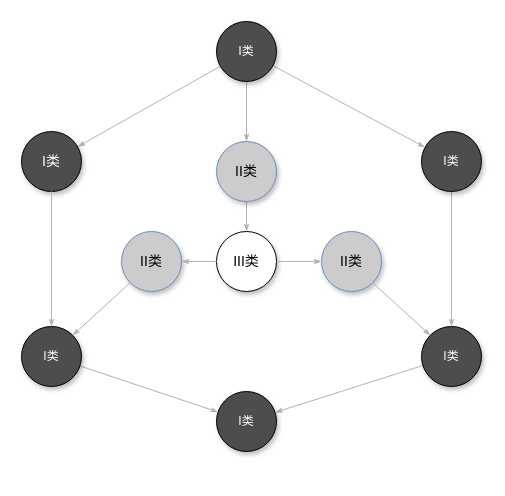
Before: 探测网.drawio in glancccc/CS-Books, a draw.io diagram. Source tidied: cells renumbered, new cells numbered last; positions are measured from the earlier drawing's top-left corner, leaving out a move shared by most shapes. Both pictures are drawn from the tidied source at 100%, with x=0, y=0 at pixel (21, 21).
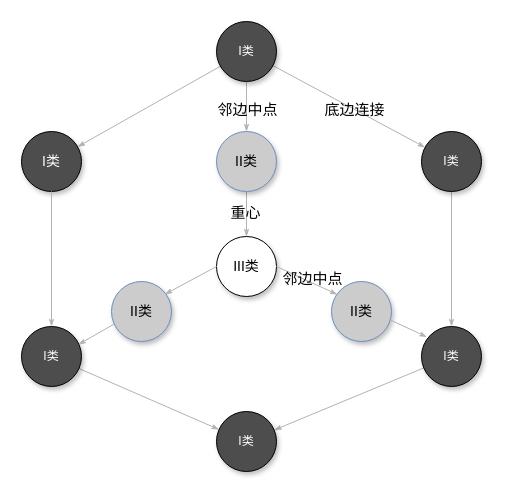
The same page after the edit.

Commit message (it also covers changes not shown here):
更新探测网.drawio

The change refers to these unchanged cells:
```xml
<mxCell id="11" value="&lt;span lang=&quot;EN-US&quot;&gt;I&lt;/span&gt;类" style="ellipse;whiteSpace=wrap;html=1;rounded=0;shadow=1;comic=0;labelBackgroundColor=none;strokeWidth=1;fontFamily=Helvetica;fontSize=12;align=center;fillColor=#4D4D4D;strokeColor=#000000;fontColor=#FFFFFF;" parent="1" vertex="1">
  <mxGeometry x="400" y="305" width="60" height="60" as="geometry" />
</mxCell>
<mxCell id="18" value="&lt;span lang=&quot;EN-US&quot;&gt;I&lt;/span&gt;类" style="ellipse;whiteSpace=wrap;html=1;rounded=0;shadow=1;comic=0;labelBackgroundColor=none;strokeWidth=1;fontFamily=Helvetica;fontSize=12;align=center;fillColor=#4D4D4D;strokeColor=#000000;fontColor=#FFFFFF;" parent="1" vertex="1">
  <mxGeometry y="305" width="60" height="60" as="geometry" />
</mxCell>
```

The edit, as a diff of the source:
```diff
@@
     <mxCell id="7" value="&lt;span style=&quot;font-size:10.5pt;mso-bidi-font-size:11.0pt;font-family:宋体;mso-bidi-font-family:&lt;br/&gt;&amp;quot;Times New Roman&amp;quot;;mso-bidi-theme-font:minor-bidi;mso-ansi-language:EN-US;&lt;br/&gt;mso-fareast-language:ZH-CN;mso-bidi-language:AR-SA&quot; lang=&quot;EN-US&quot;&gt;II&lt;/span&gt;&lt;span style=&quot;font-size:10.5pt;mso-bidi-font-size:11.0pt;font-family:宋体;mso-bidi-font-family:&lt;br/&gt;&amp;quot;Times New Roman&amp;quot;;mso-bidi-theme-font:minor-bidi;mso-ansi-language:EN-US;&lt;br/&gt;mso-fareast-language:ZH-CN;mso-bidi-language:AR-SA&quot;&gt;类&lt;/span&gt;" style="ellipse;whiteSpace=wrap;html=1;rounded=0;shadow=1;comic=0;labelBackgroundColor=none;strokeWidth=1;fontFamily=Verdana;fontSize=12;align=center;fillColor=#CCCCCC;strokeColor=#6C8EBF;" parent="1" vertex="1">
-      <mxGeometry x="195" y="120" width="60" height="60" as="geometry" />
+      <mxGeometry x="195" y="110" width="60" height="60" as="geometry" />
     </mxCell>
@@
     <mxCell id="12" value="&lt;span style=&quot;font-size:10.5pt;mso-bidi-font-size:11.0pt;font-family:宋体;mso-bidi-font-family:&lt;br/&gt;&amp;quot;Times New Roman&amp;quot;;mso-bidi-theme-font:minor-bidi;mso-ansi-language:EN-US;&lt;br/&gt;mso-fareast-language:ZH-CN;mso-bidi-language:AR-SA&quot; lang=&quot;EN-US&quot;&gt;II&lt;/span&gt;&lt;span style=&quot;font-size:10.5pt;mso-bidi-font-size:11.0pt;font-family:宋体;mso-bidi-font-family:&lt;br/&gt;&amp;quot;Times New Roman&amp;quot;;mso-bidi-theme-font:minor-bidi;mso-ansi-language:EN-US;&lt;br/&gt;mso-fareast-language:ZH-CN;mso-bidi-language:AR-SA&quot;&gt;类&lt;/span&gt;" style="ellipse;whiteSpace=wrap;html=1;rounded=0;shadow=1;comic=0;labelBackgroundColor=none;strokeWidth=1;fontFamily=Verdana;fontSize=12;align=center;fillColor=#CCCCCC;strokeColor=#6c8ebf;" parent="1" vertex="1">
-      <mxGeometry x="300" y="210" width="60" height="60" as="geometry" />
+      <mxGeometry x="310" y="260" width="60" height="60" as="geometry" />
     </mxCell>
     <mxCell id="13" value="&lt;span style=&quot;font-size:10.5pt;mso-bidi-font-size:11.0pt;font-family:宋体;mso-bidi-font-family:&lt;br/&gt;&amp;quot;Times New Roman&amp;quot;;mso-bidi-theme-font:minor-bidi;mso-ansi-language:EN-US;&lt;br/&gt;mso-fareast-language:ZH-CN;mso-bidi-language:AR-SA&quot; lang=&quot;EN-US&quot;&gt;III&lt;/span&gt;&lt;span style=&quot;font-size:10.5pt;mso-bidi-font-size:11.0pt;font-family:宋体;mso-bidi-font-family:&lt;br/&gt;&amp;quot;Times New Roman&amp;quot;;mso-bidi-theme-font:minor-bidi;mso-ansi-language:EN-US;&lt;br/&gt;mso-fareast-language:ZH-CN;mso-bidi-language:AR-SA&quot;&gt;类&lt;/span&gt;" style="ellipse;whiteSpace=wrap;html=1;rounded=0;shadow=1;comic=0;labelBackgroundColor=none;strokeWidth=1;fontFamily=Verdana;fontSize=12;align=center;fillColor=#FFFFFF;fontColor=#000000;strokeColor=#000000;" parent="1" vertex="1">
-      <mxGeometry x="195" y="210" width="60" height="60" as="geometry" />
+      <mxGeometry x="195" y="215" width="60" height="60" as="geometry" />
     </mxCell>
     <mxCell id="14" value="&lt;span lang=&quot;EN-US&quot;&gt;I&lt;/span&gt;类" style="ellipse;whiteSpace=wrap;html=1;rounded=0;shadow=1;comic=0;labelBackgroundColor=none;strokeWidth=1;fontFamily=Helvetica;fontSize=12;align=center;fillColor=#4D4D4D;strokeColor=#000000;fontColor=#FFFFFF;" parent="1" vertex="1">
-      <mxGeometry x="195" y="370" width="60" height="60" as="geometry" />
+      <mxGeometry x="195" y="390" width="60" height="60" as="geometry" />
     </mxCell>
@@
-    <mxCell id="19" style="edgeStyle=none;rounded=1;html=1;labelBackgroundColor=none;startArrow=none;startFill=0;startSize=5;endArrow=classicThin;endFill=1;endSize=5;jettySize=auto;strokeColor=#B3B3B3;strokeWidth=1;fontFamily=Verdana;fontSize=12;exitX=1;exitY=0.5;exitDx=0;exitDy=0;entryX=0;entryY=0.5;entryDx=0;entryDy=0;" parent="1" edge="1" source="13" target="12">
+    <mxCell id="19" style="edgeStyle=none;rounded=1;html=1;labelBackgroundColor=none;startArrow=none;startFill=0;startSize=5;endArrow=classicThin;endFill=1;endSize=5;jettySize=auto;strokeColor=#B3B3B3;strokeWidth=1;fontFamily=Verdana;fontSize=12;exitX=1;exitY=0.5;exitDx=0;exitDy=0;entryX=0.098;entryY=0.217;entryDx=0;entryDy=0;entryPerimeter=0;" parent="1" edge="1" source="13" target="12">
       <mxGeometry relative="1" as="geometry" />
     </mxCell>
     <mxCell id="20" value="&lt;span style=&quot;font-size:10.5pt;mso-bidi-font-size:11.0pt;font-family:宋体;mso-bidi-font-family:&lt;br/&gt;&amp;quot;Times New Roman&amp;quot;;mso-bidi-theme-font:minor-bidi;mso-ansi-language:EN-US;&lt;br/&gt;mso-fareast-language:ZH-CN;mso-bidi-language:AR-SA&quot; lang=&quot;EN-US&quot;&gt;II&lt;/span&gt;&lt;span style=&quot;font-size:10.5pt;mso-bidi-font-size:11.0pt;font-family:宋体;mso-bidi-font-family:&lt;br/&gt;&amp;quot;Times New Roman&amp;quot;;mso-bidi-theme-font:minor-bidi;mso-ansi-language:EN-US;&lt;br/&gt;mso-fareast-language:ZH-CN;mso-bidi-language:AR-SA&quot;&gt;类&lt;/span&gt;" style="ellipse;whiteSpace=wrap;html=1;rounded=0;shadow=1;comic=0;labelBackgroundColor=none;strokeWidth=1;fontFamily=Verdana;fontSize=12;align=center;fillColor=#CCCCCC;strokeColor=#6c8ebf;" parent="1" vertex="1">
-      <mxGeometry x="100" y="210" width="60" height="60" as="geometry" />
+      <mxGeometry x="90" y="260" width="60" height="60" as="geometry" />
     </mxCell>
-    <mxCell id="21" style="edgeStyle=none;rounded=1;html=1;labelBackgroundColor=none;startArrow=none;startFill=0;startSize=5;endArrow=classicThin;endFill=1;endSize=5;jettySize=auto;strokeColor=#B3B3B3;strokeWidth=1;fontFamily=Verdana;fontSize=12;exitX=0;exitY=0.5;exitDx=0;exitDy=0;" parent="1" edge="1" source="13" target="20">
+    <mxCell id="21" style="edgeStyle=none;rounded=1;html=1;labelBackgroundColor=none;startArrow=none;startFill=0;startSize=5;endArrow=classicThin;endFill=1;endSize=5;jettySize=auto;strokeColor=#B3B3B3;strokeWidth=1;fontFamily=Verdana;fontSize=12;exitX=0.037;exitY=0.713;exitDx=0;exitDy=0;entryX=0.95;entryY=0.3;entryDx=0;entryDy=0;entryPerimeter=0;exitPerimeter=0;" parent="1" edge="1" source="20" target="18">
       <mxGeometry relative="1" as="geometry" />
     </mxCell>
-    <mxCell id="22" style="edgeStyle=none;rounded=1;html=1;labelBackgroundColor=none;startArrow=none;startFill=0;startSize=5;endArrow=classicThin;endFill=1;endSize=5;jettySize=auto;strokeColor=#B3B3B3;strokeWidth=1;fontFamily=Verdana;fontSize=12;entryX=1;entryY=0;entryDx=0;entryDy=0;" parent="1" edge="1" target="18">
-      <mxGeometry relative="1" as="geometry">
-        <mxPoint x="110" y="260" as="sourcePoint" />
-      </mxGeometry>
+    <mxCell id="22" style="edgeStyle=none;rounded=1;html=1;labelBackgroundColor=none;startArrow=none;startFill=0;startSize=5;endArrow=classicThin;endFill=1;endSize=5;jettySize=auto;strokeColor=#B3B3B3;strokeWidth=1;fontFamily=Verdana;fontSize=12;exitX=0;exitY=0.5;exitDx=0;exitDy=0;entryX=0.89;entryY=0.213;entryDx=0;entryDy=0;entryPerimeter=0;" parent="1" edge="1" source="13" target="20">
+      <mxGeometry relative="1" as="geometry" />
     </mxCell>
-    <mxCell id="23" style="edgeStyle=none;rounded=1;html=1;labelBackgroundColor=none;startArrow=none;startFill=0;startSize=5;endArrow=classicThin;endFill=1;endSize=5;jettySize=auto;strokeColor=#B3B3B3;strokeWidth=1;fontFamily=Verdana;fontSize=12;entryX=0;entryY=0;entryDx=0;entryDy=0;exitX=1;exitY=1;exitDx=0;exitDy=0;" parent="1" edge="1" source="12" target="11">
+    <mxCell id="23" style="edgeStyle=none;rounded=1;html=1;labelBackgroundColor=none;startArrow=none;startFill=0;startSize=5;endArrow=classicThin;endFill=1;endSize=5;jettySize=auto;strokeColor=#B3B3B3;strokeWidth=1;fontFamily=Verdana;fontSize=12;entryX=0.09;entryY=0.174;entryDx=0;entryDy=0;exitX=0.977;exitY=0.64;exitDx=0;exitDy=0;exitPerimeter=0;entryPerimeter=0;" parent="1" edge="1" source="12" target="11">
       <mxGeometry relative="1" as="geometry" />
     </mxCell>
+    <mxCell id="24" value="底边连接" style="edgeLabel;html=1;align=center;verticalAlign=middle;fontColor=#000000;fontSize=15;labelBackgroundColor=none;" parent="1" vertex="1">
+      <mxGeometry x="332" y="87" as="geometry" />
+    </mxCell>
+    <mxCell id="25" value="邻边中点" style="edgeLabel;html=1;align=center;verticalAlign=middle;fontColor=#000000;fontSize=15;labelBackgroundColor=none;" parent="1" vertex="1">
+      <mxGeometry x="232" y="80" as="geometry">
+        <mxPoint x="-7" y="7" as="offset" />
+      </mxGeometry>
+    </mxCell>
+    <mxCell id="26" value="重心" style="edgeLabel;html=1;align=center;verticalAlign=middle;fontColor=#000000;fontSize=15;labelBackgroundColor=none;" parent="1" vertex="1">
+      <mxGeometry x="230" y="183" as="geometry">
+        <mxPoint x="-7" y="7" as="offset" />
+      </mxGeometry>
+    </mxCell>
+    <mxCell id="27" value="邻边中点" style="edgeLabel;html=1;align=center;verticalAlign=middle;fontColor=#000000;fontSize=15;labelBackgroundColor=none;" parent="1" vertex="1">
+      <mxGeometry x="2" y="309" as="geometry">
+        <mxPoint x="288" y="-53" as="offset" />
+      </mxGeometry>
+    </mxCell>
```
